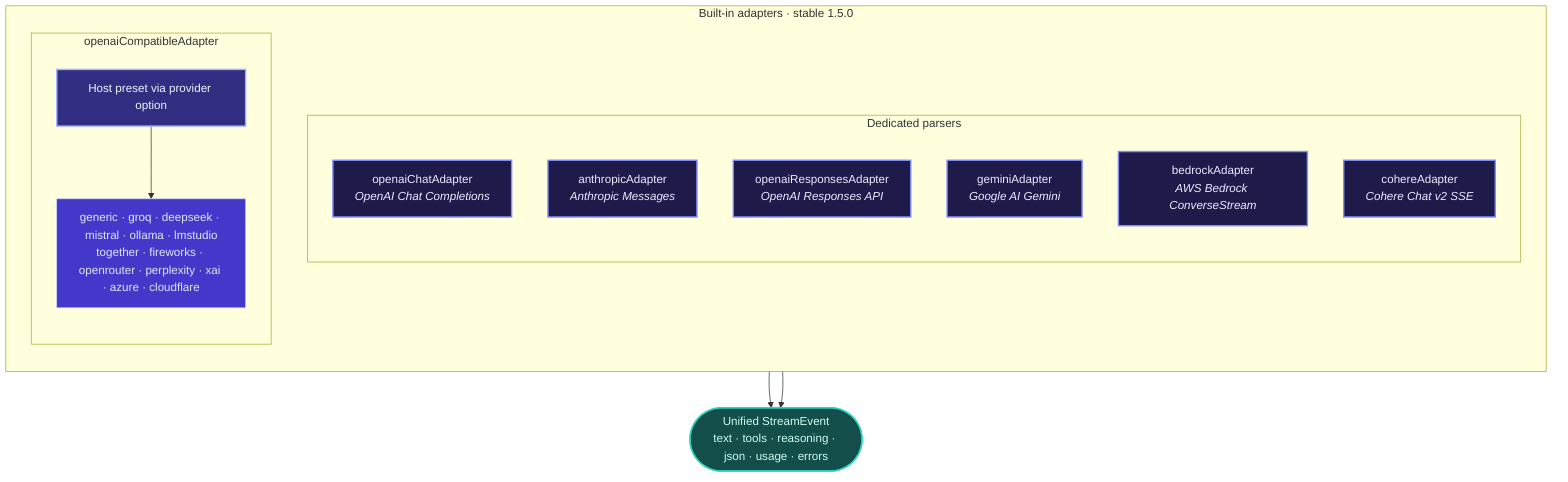
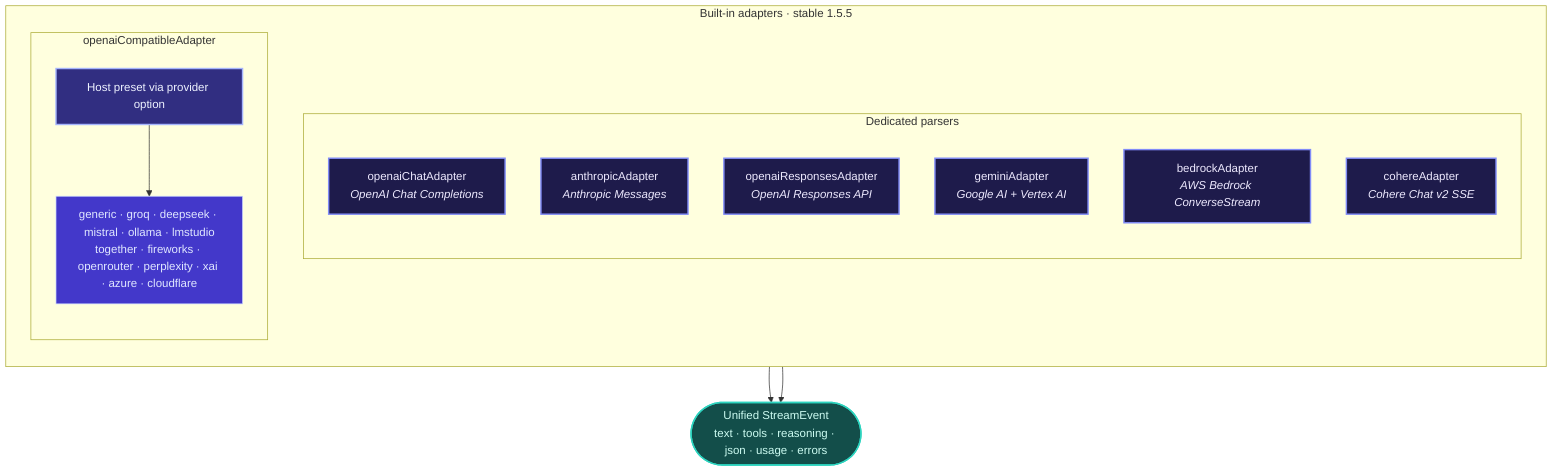
flowchart TB
- 	subgraph BUILTIN["Built-in adapters · stable 1.5.0"]
+ 	subgraph BUILTIN["Built-in adapters · stable 1.5.5"]
		direction TB

		subgraph DEDICATED["Dedicated parsers"]
			direction TB
			AC["openaiChatAdapter<br/><i>OpenAI Chat Completions</i>"]
			AA["anthropicAdapter<br/><i>Anthropic Messages</i>"]
			AR["openaiResponsesAdapter<br/><i>OpenAI Responses API</i>"]
- 			AG["geminiAdapter<br/><i>Google AI Gemini</i>"]
+ 			AG["geminiAdapter<br/><i>Google AI + Vertex AI</i>"]
			AB["bedrockAdapter<br/><i>AWS Bedrock ConverseStream</i>"]
			ACO["cohereAdapter<br/><i>Cohere Chat v2 SSE</i>"]
		end

		subgraph COMPAT["openaiCompatibleAdapter"]
			direction TB
			AO["Host preset via provider option"]
			PRESETS["generic · groq · deepseek · mistral · ollama · lmstudio<br/>together · fireworks · openrouter · perplexity · xai · azure · cloudflare"]
			AO --> PRESETS
		end
	end

	UNIFIED(["Unified StreamEvent<br/>text · tools · reasoning · json · usage · errors"])

	DEDICATED --> UNIFIED
	COMPAT --> UNIFIED

	classDef dedicated fill:#1e1b4b,stroke:#818cf8,stroke-width:2px,color:#ede9fe
	classDef compat fill:#312e81,stroke:#a5b4fc,stroke-width:2px,color:#eef2ff
	classDef presets fill:#4338ca,stroke:#c7d2fe,stroke-width:1px,color:#e0e7ff
	classDef out fill:#134e4a,stroke:#2dd4bf,stroke-width:2px,color:#ccfbf1

	class AC,AA,AR,AG,AB,ACO dedicated
	class AO compat
	class PRESETS presets
	class UNIFIED out
